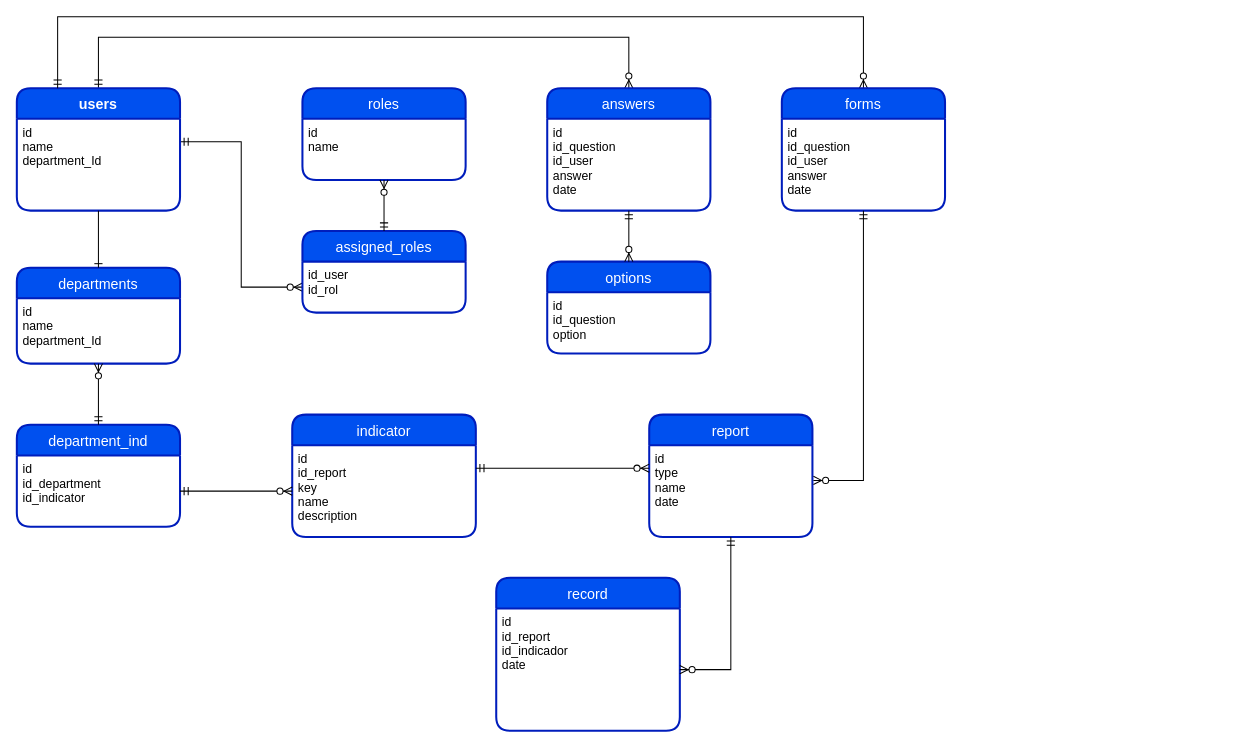
This is Indicators.drawio from cristinacrs/diagrams, a draw.io file, before an edit. Source tidied: cells renumbered, new cells numbered last; positions are measured from the earlier drawing's top-left corner, leaving out a move shared by most shapes. Both pictures are drawn from the tidied source at 102%, with x=0, y=0 at pixel (16, 16).
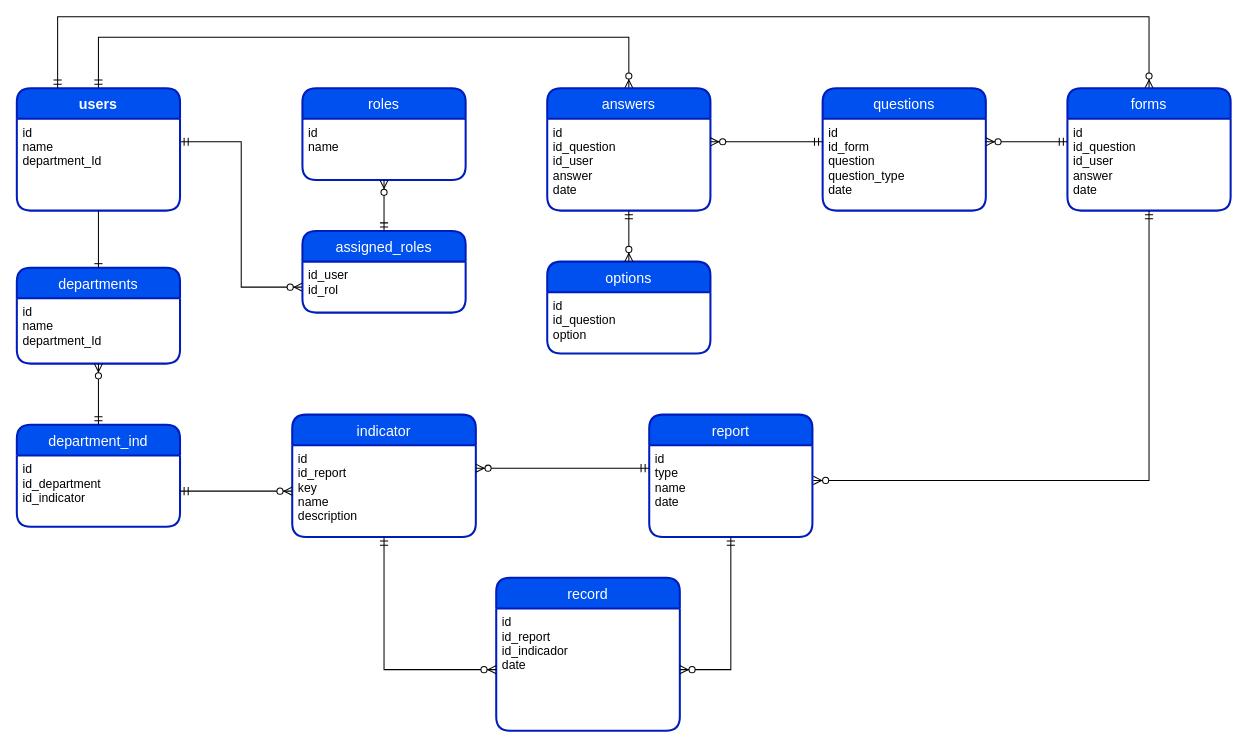
The same page after the edit.

Unchanged cells that the change refers to:
```xml
<mxCell id="16" value="id&#10;id_question&#10;id_user&#10;answer&#10;date" style="align=left;strokeColor=none;fillColor=none;spacingLeft=4;fontSize=12;verticalAlign=top;" parent="15" vertex="1">
  <mxGeometry y="30" width="160" height="90" as="geometry" />
</mxCell>
<mxCell id="19" value="id&#10;id_question&#10;id_user&#10;answer&#10;date" style="align=left;strokeColor=none;fillColor=none;spacingLeft=4;fontSize=12;verticalAlign=top;" parent="18" vertex="1">
  <mxGeometry y="30" width="160" height="90" as="geometry" />
</mxCell>
<mxCell id="23" value="id&#10;type&#10;name&#10;date" style="align=left;strokeColor=none;fillColor=none;spacingLeft=4;fontSize=12;verticalAlign=top;" parent="22" vertex="1">
  <mxGeometry y="30" width="160" height="90" as="geometry" />
</mxCell>
<mxCell id="30" value="id&#10;id_report&#10;key&#10;name&#10;description" style="align=left;strokeColor=none;fillColor=none;spacingLeft=4;fontSize=12;verticalAlign=top;" parent="29" vertex="1">
  <mxGeometry y="30" width="180" height="90" as="geometry" />
</mxCell>
<mxCell id="33" value="id&#10;id_report&#10;id_indicador&#10;date" style="align=left;strokeColor=none;fillColor=none;spacingLeft=4;fontSize=12;verticalAlign=top;" parent="32" vertex="1">
  <mxGeometry y="30" width="180" height="120" as="geometry" />
</mxCell>
```

The edit, as a diff of the source:
```diff
@@
     <mxCell id="18" value="forms" style="swimlane;horizontal=1;startSize=30;rounded=1;fontSize=14;fontStyle=0;strokeWidth=2;shadow=0;dashed=0;align=center;fillColor=#0050ef;fontColor=#ffffff;strokeColor=#001DBC;" parent="1" vertex="1">
-      <mxGeometry x="750" y="70" width="160" height="120" as="geometry" />
+      <mxGeometry x="1030" y="70" width="160" height="120" as="geometry" />
     </mxCell>
@@
-    <mxCell id="35" style="fontSize=12;html=1;endArrow=ERzeroToMany;startArrow=ERmandOne;rounded=0;verticalAlign=bottom;labelPosition=center;verticalLabelPosition=top;align=center;entryX=0;entryY=0.25;entryDx=0;entryDy=0;exitX=1;exitY=0.25;exitDx=0;exitDy=0;" parent="1" edge="1" source="30" target="23">
+    <mxCell id="35" style="fontSize=12;html=1;endArrow=ERzeroToMany;startArrow=ERmandOne;rounded=0;verticalAlign=bottom;labelPosition=center;verticalLabelPosition=top;align=center;entryX=1;entryY=0.25;entryDx=0;entryDy=0;exitX=0;exitY=0.25;exitDx=0;exitDy=0;" parent="1" edge="1" source="23" target="30">
       <mxGeometry relative="1" as="geometry" />
     </mxCell>
+    <mxCell id="36" value="questions" style="swimlane;horizontal=1;startSize=30;rounded=1;fontSize=14;fontStyle=0;strokeWidth=2;shadow=0;dashed=0;align=center;fillColor=#0050ef;fontColor=#ffffff;strokeColor=#001DBC;" parent="1" vertex="1">
+      <mxGeometry x="790" y="70" width="160" height="120" as="geometry" />
+    </mxCell>
+    <mxCell id="37" value="id&#10;id_form&#10;question&#10;question_type&#10;date" style="align=left;strokeColor=none;fillColor=none;spacingLeft=4;fontSize=12;verticalAlign=top;" parent="36" vertex="1">
+      <mxGeometry y="30" width="160" height="90" as="geometry" />
+    </mxCell>
+    <mxCell id="38" style="fontSize=12;html=1;endArrow=ERzeroToMany;startArrow=ERmandOne;rounded=0;verticalAlign=bottom;labelPosition=center;verticalLabelPosition=top;align=center;entryX=1;entryY=0.25;entryDx=0;entryDy=0;exitX=0;exitY=0.25;exitDx=0;exitDy=0;" parent="1" edge="1" source="19" target="37">
+      <mxGeometry relative="1" as="geometry" />
+    </mxCell>
+    <mxCell id="39" style="fontSize=12;html=1;endArrow=ERzeroToMany;startArrow=ERmandOne;rounded=0;verticalAlign=bottom;labelPosition=center;verticalLabelPosition=top;align=center;entryX=1;entryY=0.25;entryDx=0;entryDy=0;exitX=0;exitY=0.25;exitDx=0;exitDy=0;" parent="1" edge="1" source="37" target="16">
+      <mxGeometry relative="1" as="geometry" />
+    </mxCell>
+    <mxCell id="40" style="fontSize=12;html=1;endArrow=ERzeroToMany;startArrow=ERmandOne;rounded=0;verticalAlign=bottom;labelPosition=center;verticalLabelPosition=top;align=center;exitX=0.5;exitY=1;exitDx=0;exitDy=0;edgeStyle=orthogonalEdgeStyle;entryX=0;entryY=0.5;entryDx=0;entryDy=0;" parent="1" edge="1" source="30" target="33">
+      <mxGeometry relative="1" as="geometry" />
+    </mxCell>
```
